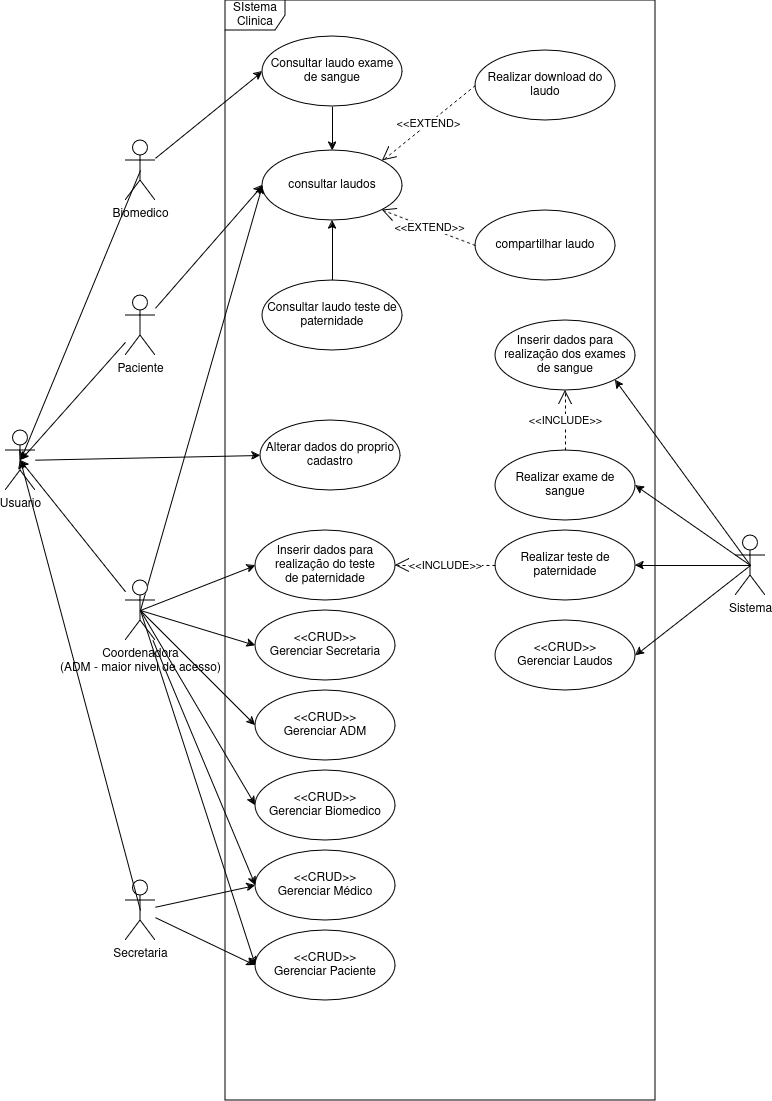
Earlier version of the draw.io export docs/diagramas/caso_de_uso.png (UniFil-NPI/ProjetoAnalisesClinicas). Source tidied: cells renumbered, new cells last; positions are measured from the earlier drawing's top-left corner, leaving out a move shared by most shapes.
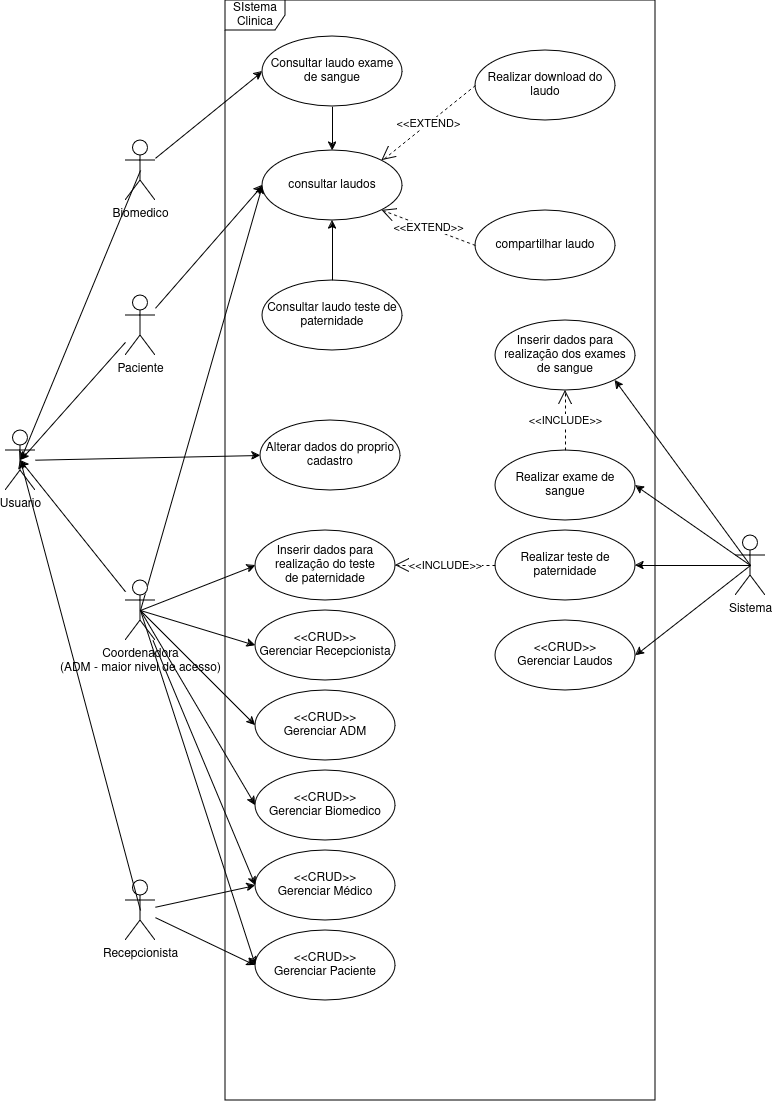
The same file after the commit.

Change to the diagram source:
```diff
@@ -14,7 +14,7 @@
     <mxCell id="5" style="edgeStyle=none;rounded=0;jettySize=auto;html=1;entryX=0;entryY=0.5;entryDx=0;entryDy=0;" parent="1" edge="1" source="6" target="45">
       <mxGeometry relative="1" as="geometry" />
     </mxCell>
-    <mxCell id="6" value="Secretaria" style="shape=umlActor;verticalLabelPosition=bottom;verticalAlign=top;html=1;" parent="1" vertex="1">
+    <mxCell id="6" value="Recepcionista" style="shape=umlActor;verticalLabelPosition=bottom;verticalAlign=top;html=1;" parent="1" vertex="1">
       <mxGeometry x="120" y="880" width="30" height="60" as="geometry" />
     </mxCell>
     <mxCell id="7" style="rounded=0;jettySize=auto;html=1;exitX=0.5;exitY=0.5;exitDx=0;exitDy=0;exitPerimeter=0;entryX=0;entryY=0.5;entryDx=0;entryDy=0;" parent="1" edge="1" source="14" target="20">
@@ -65,7 +65,7 @@
     <mxCell id="22" value="&amp;lt;&amp;lt;CRUD&amp;gt;&amp;gt;&lt;br&gt;Gerenciar Biomedico" style="ellipse;whiteSpace=wrap;html=1;" parent="1" vertex="1">
       <mxGeometry x="250" y="770" width="140" height="70" as="geometry" />
     </mxCell>
-    <mxCell id="23" value="&amp;lt;&amp;lt;CRUD&amp;gt;&amp;gt;&lt;br&gt;Gerenciar Secretaria" style="ellipse;whiteSpace=wrap;html=1;" parent="1" vertex="1">
+    <mxCell id="23" value="&amp;lt;&amp;lt;CRUD&amp;gt;&amp;gt;&lt;br&gt;Gerenciar Recepcionista" style="ellipse;whiteSpace=wrap;html=1;" parent="1" vertex="1">
       <mxGeometry x="250" y="610" width="140" height="70" as="geometry" />
     </mxCell>
     <mxCell id="24" value="&amp;lt;&amp;lt;CRUD&amp;gt;&amp;gt;&lt;br&gt;Gerenciar Laudos" style="ellipse;whiteSpace=wrap;html=1;" parent="1" vertex="1">
```
